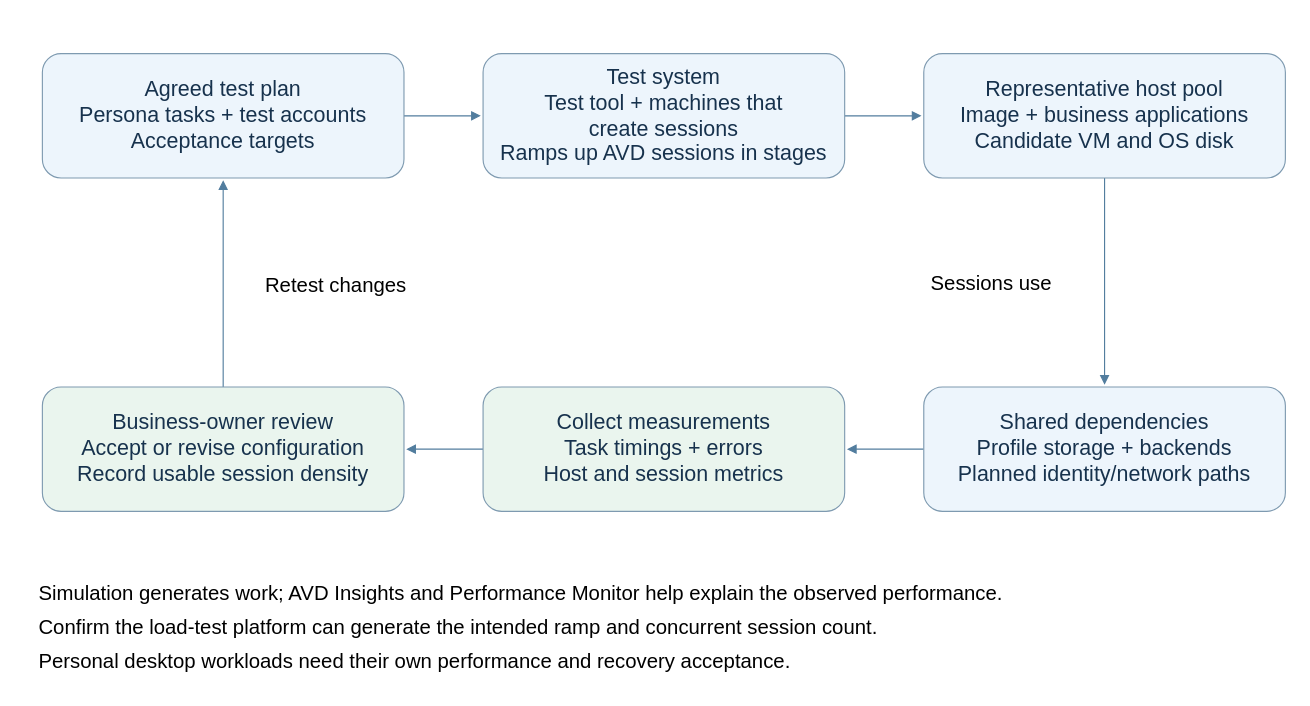
Above: src/img/avd/AVD-Post-06-load-test-plan.drawio in AddySidd27/cloud-ai-notes (draw.io), before the change. Source tidied: cells renumbered, new cells numbered last; positions are measured from the earlier drawing's top-left corner, leaving out a move shared by most shapes. Both pictures are drawn from the tidied source at 113%, with x=0, y=0 at pixel (36, 53). Pictures stored in the file or linked from it are replaced by grey dashed boxes.
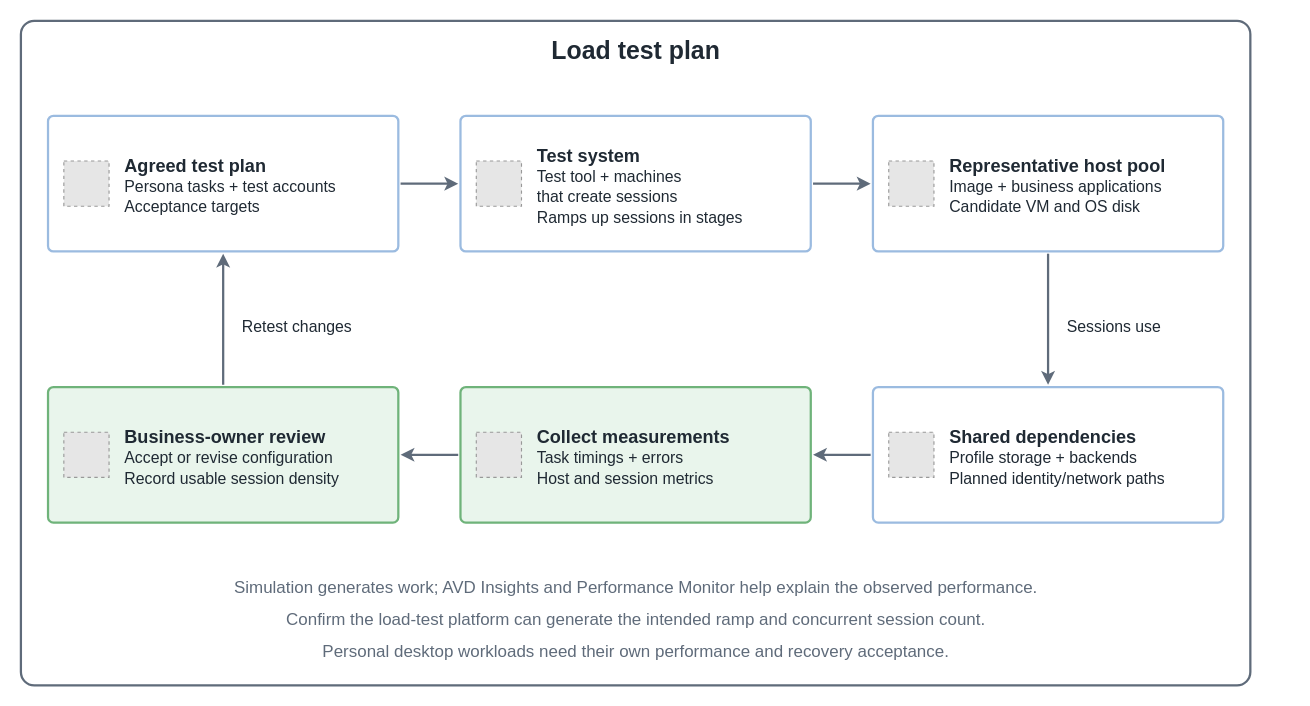
After the change.

Change to the diagram source:
```diff
@@
-    <mxCell id="2" style="edgeStyle=none;endArrow=block;strokeColor=#527d9e;fontSize=18;labelBackgroundColor=#ffffff;" parent="1" edge="1">
-      <mxGeometry relative="1" as="geometry">
-        <mxPoint x="325" y="55" as="sourcePoint" />
-        <mxPoint x="393" y="55" as="targetPoint" />
-      </mxGeometry>
-    </mxCell>
-    <mxCell id="3" style="edgeStyle=none;endArrow=block;strokeColor=#527d9e;fontSize=18;labelBackgroundColor=#ffffff;" parent="1" edge="1">
-      <mxGeometry relative="1" as="geometry">
-        <mxPoint x="715" y="55" as="sourcePoint" />
-        <mxPoint x="783" y="55" as="targetPoint" />
-      </mxGeometry>
-    </mxCell>
+    <mxCell id="17" style="rounded=1;arcSize=2;html=1;fillColor=#ffffff;strokeColor=#5f6b7a;strokeWidth=2;" parent="1" vertex="1">
+      <mxGeometry x="-14" y="-29" width="1088" height="588" as="geometry" />
+    </mxCell>
+    <mxCell id="18" value="&lt;b&gt;Load test plan&lt;/b&gt;" style="text;html=1;align=center;verticalAlign=middle;fontSize=22;fontColor=#1f2933;" parent="1" vertex="1">
+      <mxGeometry x="438" y="-17" width="184" height="30" as="geometry" />
+    </mxCell>
+    <mxCell id="19" style="rounded=1;arcSize=4;html=1;fillColor=#ffffff;strokeColor=#9bbbe0;strokeWidth=2;" parent="1" vertex="1">
+      <mxGeometry x="10" y="55" width="310" height="120" as="geometry" />
+    </mxCell>
+    <mxCell id="20" style="fillColor=#E6E6E6;strokeColor=#999999;dashed=1;html=1;" parent="1" vertex="1">
+      <mxGeometry x="24" y="95" width="40" height="40" as="geometry" />
+    </mxCell>
+    <mxCell id="21" value="&lt;b&gt;Agreed test plan&lt;/b&gt;" style="text;html=1;align=left;verticalAlign=middle;fontSize=16;fontColor=#1f2933;" parent="1" vertex="1">
+      <mxGeometry x="76" y="87" width="153" height="24" as="geometry" />
+    </mxCell>
+    <mxCell id="22" value="Persona tasks + test accounts" style="text;html=1;align=left;verticalAlign=middle;fontSize=14;fontColor=#1f2933;" parent="1" vertex="1">
+      <mxGeometry x="76" y="107" width="243" height="22" as="geometry" />
+    </mxCell>
+    <mxCell id="23" value="Acceptance targets" style="text;html=1;align=left;verticalAlign=middle;fontSize=14;fontColor=#1f2933;" parent="1" vertex="1">
+      <mxGeometry x="76" y="125" width="151" height="22" as="geometry" />
+    </mxCell>
+    <mxCell id="24" style="rounded=1;arcSize=4;html=1;fillColor=#ffffff;strokeColor=#9bbbe0;strokeWidth=2;" parent="1" vertex="1">
+      <mxGeometry x="375" y="55" width="310" height="120" as="geometry" />
+    </mxCell>
+    <mxCell id="25" style="fillColor=#E6E6E6;strokeColor=#999999;dashed=1;html=1;" parent="1" vertex="1">
+      <mxGeometry x="389" y="95" width="40" height="40" as="geometry" />
+    </mxCell>
+    <mxCell id="26" value="&lt;b&gt;Test system&lt;/b&gt;" style="text;html=1;align=left;verticalAlign=middle;fontSize=16;fontColor=#1f2933;" parent="1" vertex="1">
+      <mxGeometry x="441" y="78" width="105" height="24" as="geometry" />
+    </mxCell>
+    <mxCell id="27" value="Test tool + machines" style="text;html=1;align=left;verticalAlign=middle;fontSize=14;fontColor=#1f2933;" parent="1" vertex="1">
+      <mxGeometry x="441" y="98" width="168" height="22" as="geometry" />
+    </mxCell>
+    <mxCell id="28" value="that create sessions" style="text;html=1;align=left;verticalAlign=middle;fontSize=14;fontColor=#1f2933;" parent="1" vertex="1">
+      <mxGeometry x="441" y="116" width="168" height="22" as="geometry" />
+    </mxCell>
+    <mxCell id="29" value="Ramps up sessions in stages" style="text;html=1;align=left;verticalAlign=middle;fontSize=14;fontColor=#1f2933;" parent="1" vertex="1">
+      <mxGeometry x="441" y="134" width="226" height="22" as="geometry" />
+    </mxCell>
+    <mxCell id="30" style="rounded=1;arcSize=4;html=1;fillColor=#ffffff;strokeColor=#9bbbe0;strokeWidth=2;" parent="1" vertex="1">
+      <mxGeometry x="740" y="55" width="310" height="120" as="geometry" />
+    </mxCell>
+    <mxCell id="31" style="fillColor=#E6E6E6;strokeColor=#999999;dashed=1;html=1;" parent="1" vertex="1">
+      <mxGeometry x="754" y="95" width="40" height="40" as="geometry" />
+    </mxCell>
+    <mxCell id="32" value="&lt;b&gt;Representative host pool&lt;/b&gt;" style="text;html=1;align=left;verticalAlign=middle;fontSize=16;fontColor=#1f2933;" parent="1" vertex="1">
+      <mxGeometry x="806" y="87" width="230" height="24" as="geometry" />
+    </mxCell>
+    <mxCell id="33" value="Image + business applications" style="text;html=1;align=left;verticalAlign=middle;fontSize=14;fontColor=#1f2933;" parent="1" vertex="1">
+      <mxGeometry x="806" y="107" width="243" height="22" as="geometry" />
+    </mxCell>
+    <mxCell id="34" value="Candidate VM and OS disk" style="text;html=1;align=left;verticalAlign=middle;fontSize=14;fontColor=#1f2933;" parent="1" vertex="1">
+      <mxGeometry x="806" y="125" width="201" height="22" as="geometry" />
+    </mxCell>
+    <mxCell id="35" style="rounded=1;arcSize=4;html=1;fillColor=#ffffff;strokeColor=#9bbbe0;strokeWidth=2;" parent="1" vertex="1">
+      <mxGeometry x="740" y="295" width="310" height="120" as="geometry" />
+    </mxCell>
+    <mxCell id="36" style="fillColor=#E6E6E6;strokeColor=#999999;dashed=1;html=1;" parent="1" vertex="1">
+      <mxGeometry x="754" y="335" width="40" height="40" as="geometry" />
+    </mxCell>
+    <mxCell id="37" value="&lt;b&gt;Shared dependencies&lt;/b&gt;" style="text;html=1;align=left;verticalAlign=middle;fontSize=16;fontColor=#1f2933;" parent="1" vertex="1">
+      <mxGeometry x="806" y="327" width="182" height="24" as="geometry" />
+    </mxCell>
+    <mxCell id="38" value="Profile storage + backends" style="text;html=1;align=left;verticalAlign=middle;fontSize=14;fontColor=#1f2933;" parent="1" vertex="1">
+      <mxGeometry x="806" y="347" width="218" height="22" as="geometry" />
+    </mxCell>
+    <mxCell id="39" value="Planned identity/network paths" style="text;html=1;align=left;verticalAlign=middle;fontSize=14;fontColor=#1f2933;" parent="1" vertex="1">
+      <mxGeometry x="806" y="365" width="252" height="22" as="geometry" />
+    </mxCell>
+    <mxCell id="40" style="rounded=1;arcSize=4;html=1;fillColor=#e9f5ec;strokeColor=#6fb37a;strokeWidth=2;" parent="1" vertex="1">
+      <mxGeometry x="375" y="295" width="310" height="120" as="geometry" />
+    </mxCell>
+    <mxCell id="41" style="fillColor=#E6E6E6;strokeColor=#999999;dashed=1;html=1;" parent="1" vertex="1">
+      <mxGeometry x="389" y="335" width="40" height="40" as="geometry" />
+    </mxCell>
+    <mxCell id="42" value="&lt;b&gt;Collect measurements&lt;/b&gt;" style="text;html=1;align=left;verticalAlign=middle;fontSize=16;fontColor=#1f2933;" parent="1" vertex="1">
+      <mxGeometry x="441" y="327" width="192" height="24" as="geometry" />
+    </mxCell>
+    <mxCell id="43" value="Task timings + errors" style="text;html=1;align=left;verticalAlign=middle;fontSize=14;fontColor=#1f2933;" parent="1" vertex="1">
+      <mxGeometry x="441" y="347" width="176" height="22" as="geometry" />
+    </mxCell>
+    <mxCell id="44" value="Host and session metrics" style="text;html=1;align=left;verticalAlign=middle;fontSize=14;fontColor=#1f2933;" parent="1" vertex="1">
+      <mxGeometry x="441" y="365" width="201" height="22" as="geometry" />
+    </mxCell>
+    <mxCell id="45" style="rounded=1;arcSize=4;html=1;fillColor=#e9f5ec;strokeColor=#6fb37a;strokeWidth=2;" parent="1" vertex="1">
+      <mxGeometry x="10" y="295" width="310" height="120" as="geometry" />
+    </mxCell>
+    <mxCell id="46" style="fillColor=#E6E6E6;strokeColor=#999999;dashed=1;html=1;" parent="1" vertex="1">
+      <mxGeometry x="24" y="335" width="40" height="40" as="geometry" />
+    </mxCell>
+    <mxCell id="47" value="&lt;b&gt;Business-owner review&lt;/b&gt;" style="text;html=1;align=left;verticalAlign=middle;fontSize=16;fontColor=#1f2933;" parent="1" vertex="1">
+      <mxGeometry x="76" y="327" width="201" height="24" as="geometry" />
+    </mxCell>
+    <mxCell id="48" value="Accept or revise configuration" style="text;html=1;align=left;verticalAlign=middle;fontSize=14;fontColor=#1f2933;" parent="1" vertex="1">
+      <mxGeometry x="76" y="347" width="252" height="22" as="geometry" />
+    </mxCell>
+    <mxCell id="49" value="Record usable session density" style="text;html=1;align=left;verticalAlign=middle;fontSize=14;fontColor=#1f2933;" parent="1" vertex="1">
+      <mxGeometry x="76" y="365" width="243" height="22" as="geometry" />
+    </mxCell>
+    <mxCell id="50" style="edgeStyle=none;html=1;endArrow=classic;startArrow=none;strokeColor=#5f6b7a;strokeWidth=2;" parent="1" edge="1">
+      <mxGeometry relative="1" as="geometry">
+        <mxPoint x="322" y="115" as="sourcePoint" />
+        <mxPoint x="373" y="115" as="targetPoint" />
+      </mxGeometry>
+    </mxCell>
+    <mxCell id="51" style="edgeStyle=none;html=1;endArrow=classic;startArrow=none;strokeColor=#5f6b7a;strokeWidth=2;" parent="1" edge="1">
+      <mxGeometry relative="1" as="geometry">
+        <mxPoint x="687" y="115" as="sourcePoint" />
+        <mxPoint x="738" y="115" as="targetPoint" />
+      </mxGeometry>
+    </mxCell>
+    <mxCell id="52" style="edgeStyle=none;html=1;endArrow=classic;startArrow=none;strokeColor=#5f6b7a;strokeWidth=2;" parent="1" edge="1">
+      <mxGeometry relative="1" as="geometry">
+        <mxPoint x="895" y="177" as="sourcePoint" />
+        <mxPoint x="895" y="293" as="targetPoint" />
+      </mxGeometry>
+    </mxCell>
+    <mxCell id="53" style="edgeStyle=none;html=1;endArrow=classic;startArrow=none;strokeColor=#5f6b7a;strokeWidth=2;" parent="1" edge="1">
+      <mxGeometry relative="1" as="geometry">
+        <mxPoint x="738" y="355" as="sourcePoint" />
+        <mxPoint x="687" y="355" as="targetPoint" />
+      </mxGeometry>
+    </mxCell>
+    <mxCell id="54" style="edgeStyle=none;html=1;endArrow=classic;startArrow=none;strokeColor=#5f6b7a;strokeWidth=2;" parent="1" edge="1">
+      <mxGeometry relative="1" as="geometry">
+        <mxPoint x="373" y="355" as="sourcePoint" />
+        <mxPoint x="322" y="355" as="targetPoint" />
+      </mxGeometry>
+    </mxCell>
+    <mxCell id="55" style="edgeStyle=none;html=1;endArrow=classic;startArrow=none;strokeColor=#5f6b7a;strokeWidth=2;" parent="1" edge="1">
+      <mxGeometry relative="1" as="geometry">
+        <mxPoint x="165" y="293" as="sourcePoint" />
+        <mxPoint x="165" y="177" as="targetPoint" />
+      </mxGeometry>
+    </mxCell>
-    <mxCell id="4" value="Sessions use" style="edgeStyle=none;endArrow=block;strokeColor=#527d9e;fontSize=18;labelBackgroundColor=#ffffff;" parent="1" edge="1">
-      <mxGeometry relative="1" as="geometry">
-        <mxPoint x="945" y="110" as="sourcePoint" />
-        <mxPoint x="945" y="293" as="targetPoint" />
-        <mxPoint x="-100" as="offset" />
-      </mxGeometry>
+    <mxCell id="4" value="Sessions use" style="text;html=1;align=left;verticalAlign=middle;fontSize=14;fontColor=#1f2933;" parent="1" vertex="1">
+      <mxGeometry x="910" y="231" width="100" height="22" as="geometry" />
     </mxCell>
-    <mxCell id="5" style="edgeStyle=none;endArrow=block;strokeColor=#527d9e;fontSize=18;labelBackgroundColor=#ffffff;" parent="1" edge="1">
-      <mxGeometry relative="1" as="geometry">
-        <mxPoint x="785" y="350" as="sourcePoint" />
-        <mxPoint x="717" y="350" as="targetPoint" />
-      </mxGeometry>
-    </mxCell>
-    <mxCell id="6" style="edgeStyle=none;endArrow=block;strokeColor=#527d9e;fontSize=18;labelBackgroundColor=#ffffff;" parent="1" edge="1">
-      <mxGeometry relative="1" as="geometry">
-        <mxPoint x="395" y="350" as="sourcePoint" />
-        <mxPoint x="327" y="350" as="targetPoint" />
-      </mxGeometry>
-    </mxCell>
-    <mxCell id="7" value="Retest changes" style="edgeStyle=none;endArrow=block;strokeColor=#527d9e;fontSize=18;labelBackgroundColor=#ffffff;" parent="1" edge="1">
-      <mxGeometry relative="1" as="geometry">
-        <mxPoint x="165" y="295" as="sourcePoint" />
-        <mxPoint x="165" y="112" as="targetPoint" />
-        <mxPoint x="100" as="offset" />
-      </mxGeometry>
+    <mxCell id="7" value="Retest changes" style="text;html=1;align=left;verticalAlign=middle;fontSize=14;fontColor=#1f2933;" parent="1" vertex="1">
+      <mxGeometry x="180" y="231" width="117" height="22" as="geometry" />
     </mxCell>
-    <mxCell id="8" value="Agreed test plan&lt;br&gt;Persona tasks + test accounts&lt;br&gt;Acceptance targets" style="rounded=1;whiteSpace=wrap;html=1;fillColor=#edf5fc;strokeColor=#7e9ab0;fontSize=19;fontColor=#17324d;" parent="1" vertex="1">
-      <mxGeometry x="5" width="320" height="110" as="geometry" />
-    </mxCell>
-    <mxCell id="9" value="Test system&lt;br&gt;Test tool + machines that&lt;br&gt;create sessions&lt;br&gt;Ramps up AVD sessions in stages" style="rounded=1;whiteSpace=wrap;html=1;fillColor=#edf5fc;strokeColor=#7e9ab0;fontSize=19;fontColor=#17324d;" parent="1" vertex="1">
-      <mxGeometry x="395" width="320" height="110" as="geometry" />
-    </mxCell>
-    <mxCell id="10" value="Representative host pool&lt;br&gt;Image + business applications&lt;br&gt;Candidate VM and OS disk" style="rounded=1;whiteSpace=wrap;html=1;fillColor=#edf5fc;strokeColor=#7e9ab0;fontSize=19;fontColor=#17324d;" parent="1" vertex="1">
-      <mxGeometry x="785" width="320" height="110" as="geometry" />
-    </mxCell>
-    <mxCell id="11" value="Shared dependencies&lt;br&gt;Profile storage + backends&lt;br&gt;Planned identity/network paths" style="rounded=1;whiteSpace=wrap;html=1;fillColor=#edf5fc;strokeColor=#7e9ab0;fontSize=19;fontColor=#17324d;" parent="1" vertex="1">
-      <mxGeometry x="785" y="295" width="320" height="110" as="geometry" />
-    </mxCell>
-    <mxCell id="12" value="Collect measurements&lt;br&gt;Task timings + errors&lt;br&gt;Host and session metrics" style="rounded=1;whiteSpace=wrap;html=1;fillColor=#eaf5ee;strokeColor=#7e9ab0;fontSize=19;fontColor=#17324d;" parent="1" vertex="1">
-      <mxGeometry x="395" y="295" width="320" height="110" as="geometry" />
-    </mxCell>
-    <mxCell id="13" value="Business-owner review&lt;br&gt;Accept or revise configuration&lt;br&gt;Record usable session density" style="rounded=1;whiteSpace=wrap;html=1;fillColor=#eaf5ee;strokeColor=#7e9ab0;fontSize=19;fontColor=#17324d;" parent="1" vertex="1">
-      <mxGeometry x="5" y="295" width="320" height="110" as="geometry" />
-    </mxCell>
-    <mxCell id="14" value="Simulation generates work; AVD Insights and Performance Monitor help explain the observed performance." style="text;html=0;strokeColor=none;fillColor=none;fontSize=18;" parent="1" vertex="1">
-      <mxGeometry y="460" width="1110" height="40" as="geometry" />
+    <mxCell id="14" value="Simulation generates work; AVD Insights and Performance Monitor help explain the observed performance." style="text;html=1;align=center;verticalAlign=middle;fontSize=15;fontColor=#5f6b7a;" parent="1" vertex="1">
+      <mxGeometry x="71" y="460" width="918" height="23" as="geometry" />
     </mxCell>
-    <mxCell id="15" value="Confirm the load-test platform can generate the intended ramp and concurrent session count." style="text;html=0;strokeColor=none;fillColor=none;fontSize=18;" parent="1" vertex="1">
-      <mxGeometry y="490" width="1110" height="40" as="geometry" />
+    <mxCell id="15" value="Confirm the load-test platform can generate the intended ramp and concurrent session count." style="text;html=1;align=center;verticalAlign=middle;fontSize=15;fontColor=#5f6b7a;" parent="1" vertex="1">
+      <mxGeometry x="120.5" y="488" width="819" height="23" as="geometry" />
     </mxCell>
-    <mxCell id="16" value="Personal desktop workloads need their own performance and recovery acceptance." style="text;html=0;strokeColor=none;fillColor=none;fontSize=18;" parent="1" vertex="1">
-      <mxGeometry y="520" width="1110" height="40" as="geometry" />
+    <mxCell id="16" value="Personal desktop workloads need their own performance and recovery acceptance." style="text;html=1;align=center;verticalAlign=middle;fontSize=15;fontColor=#5f6b7a;" parent="1" vertex="1">
+      <mxGeometry x="179" y="516" width="702" height="23" as="geometry" />
     </mxCell>
```
